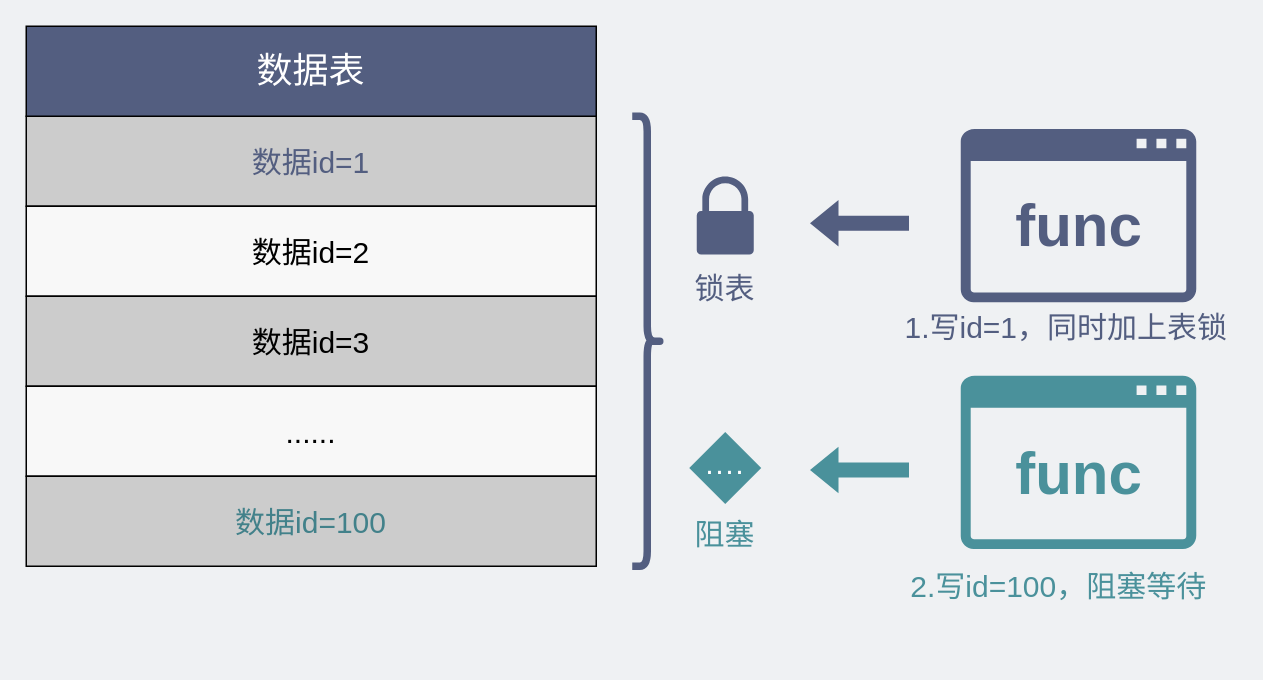
This is network/锁行.drawio from xiaobaiTech/image, a draw.io file, before an edit. Source tidied: cells renumbered, new cells numbered last; positions are measured from the earlier drawing's top-left corner, leaving out a move shared by most shapes. Both pictures are drawn from the tidied source at 150%, with x=0, y=0 at pixel (26, 26).
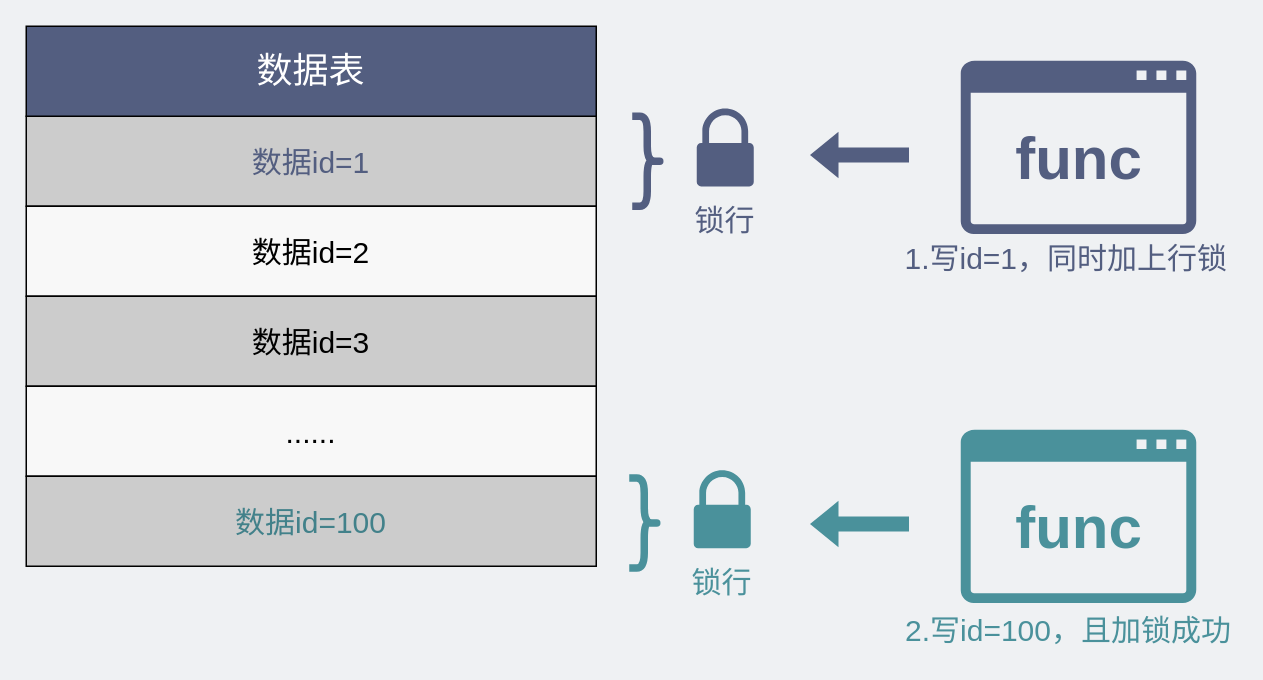
The same diagram, later.

Diff of the diagram source:
```diff
@@
     <mxCell id="8" style="sketch=0;shadow=0;dashed=0;html=1;strokeColor=none;fillColor=#535E80;labelPosition=center;verticalLabelPosition=bottom;verticalAlign=top;align=center;shape=mxgraph.office.concepts.application_generic;fontSize=20;" parent="1" vertex="1">
-      <mxGeometry x="623" y="68.5" width="157" height="115.5" as="geometry" />
+      <mxGeometry x="623" y="23" width="157" height="115.5" as="geometry" />
     </mxCell>
     <mxCell id="9" style="sketch=0;shadow=0;dashed=0;html=1;strokeColor=none;labelPosition=center;verticalLabelPosition=bottom;verticalAlign=top;align=center;shape=mxgraph.office.security.lock_protected;fillColor=#535E80;fontSize=20;" parent="1" vertex="1">
-      <mxGeometry x="447" y="100.2" width="38" height="52" as="geometry" />
+      <mxGeometry x="447" y="54.8" width="38" height="52" as="geometry" />
     </mxCell>
     <mxCell id="10" style="shape=curlyBracket;whiteSpace=wrap;html=1;rounded=1;flipH=1;fontSize=20;fillColor=#535E80;strokeWidth=5;fontColor=#535E80;strokeColor=#535E80;" parent="1" vertex="1">
-      <mxGeometry x="404" y="60" width="20" height="300" as="geometry" />
+      <mxGeometry x="404" y="60" width="20" height="60" as="geometry" />
     </mxCell>
     <mxCell id="11" style="shape=flexArrow;endArrow=classic;html=1;rounded=0;fontSize=20;strokeColor=none;fillColor=#535E80;" parent="1" edge="1">
       <mxGeometry relative="1" as="geometry">
-        <mxPoint x="589" y="131.4" as="sourcePoint" />
-        <mxPoint x="522" y="131.4" as="targetPoint" />
+        <mxPoint x="589" y="85.9" as="sourcePoint" />
+        <mxPoint x="522" y="85.9" as="targetPoint" />
       </mxGeometry>
     </mxCell>
     <mxCell id="12" value="&lt;font style=&quot;font-size: 40px&quot; color=&quot;#535e80&quot;&gt;&lt;b&gt;func&lt;/b&gt;&lt;/font&gt;" style="text;html=1;strokeColor=none;fillColor=none;align=center;verticalAlign=middle;whiteSpace=wrap;rounded=0;fontSize=20;" parent="1" vertex="1">
-      <mxGeometry x="672" y="117" width="60" height="30" as="geometry" />
+      <mxGeometry x="672" y="71.5" width="60" height="30" as="geometry" />
     </mxCell>
     <mxCell id="13" style="sketch=0;shadow=0;dashed=0;html=1;strokeColor=none;fillColor=#4A919B;labelPosition=center;verticalLabelPosition=bottom;verticalAlign=top;align=center;shape=mxgraph.office.concepts.application_generic;fontSize=20;" parent="1" vertex="1">
-      <mxGeometry x="623" y="233" width="157" height="115.5" as="geometry" />
+      <mxGeometry x="623" y="269" width="157" height="115.5" as="geometry" />
     </mxCell>
     <mxCell id="14" style="shape=flexArrow;endArrow=classic;html=1;rounded=0;fontSize=20;strokeColor=none;fillColor=#4A919B;" parent="1" edge="1">
       <mxGeometry relative="1" as="geometry">
-        <mxPoint x="589" y="295.9" as="sourcePoint" />
-        <mxPoint x="522" y="295.9" as="targetPoint" />
+        <mxPoint x="589" y="331.9" as="sourcePoint" />
+        <mxPoint x="522" y="331.9" as="targetPoint" />
       </mxGeometry>
     </mxCell>
     <mxCell id="15" value="&lt;font style=&quot;font-size: 40px&quot;&gt;&lt;b&gt;func&lt;/b&gt;&lt;/font&gt;" style="text;html=1;strokeColor=none;fillColor=none;align=center;verticalAlign=middle;whiteSpace=wrap;rounded=0;fontSize=20;fontColor=#4A919B;" parent="1" vertex="1">
-      <mxGeometry x="672" y="281.5" width="60" height="30" as="geometry" />
+      <mxGeometry x="672" y="317.5" width="60" height="30" as="geometry" />
     </mxCell>
-    <mxCell id="16" value="&lt;font style=&quot;font-size: 20px&quot;&gt;1.写id=1，同时加上表锁&lt;/font&gt;" style="text;html=1;strokeColor=none;fillColor=none;align=center;verticalAlign=middle;whiteSpace=wrap;rounded=0;fontSize=40;fontColor=#535E80;" parent="1" vertex="1">
-      <mxGeometry x="583" y="164" width="221" height="57" as="geometry" />
+    <mxCell id="16" value="&lt;font style=&quot;font-size: 20px&quot;&gt;1.写id=1，同时加上行锁&lt;/font&gt;" style="text;html=1;strokeColor=none;fillColor=none;align=center;verticalAlign=middle;whiteSpace=wrap;rounded=0;fontSize=40;fontColor=#535E80;" parent="1" vertex="1">
+      <mxGeometry x="583" y="118.5" width="221" height="57" as="geometry" />
     </mxCell>
-    <mxCell id="17" value="&lt;font style=&quot;font-size: 20px&quot;&gt;2.写id=100，阻塞等待&lt;/font&gt;" style="text;html=1;strokeColor=none;fillColor=none;align=center;verticalAlign=middle;whiteSpace=wrap;rounded=0;fontSize=40;fontColor=#4A919B;" parent="1" vertex="1">
-      <mxGeometry x="583" y="346" width="211" height="39" as="geometry" />
+    <mxCell id="17" value="&lt;font style=&quot;font-size: 20px&quot;&gt;2.写id=100，且加锁成功&lt;/font&gt;" style="text;html=1;strokeColor=none;fillColor=none;align=center;verticalAlign=middle;whiteSpace=wrap;rounded=0;fontSize=40;fontColor=#4A919B;" parent="1" vertex="1">
+      <mxGeometry x="583" y="373" width="224" height="43" as="geometry" />
     </mxCell>
-    <mxCell id="18" value="锁表" style="text;html=1;strokeColor=none;fillColor=none;align=center;verticalAlign=middle;whiteSpace=wrap;rounded=0;fontSize=20;fontColor=#535E80;" parent="1" vertex="1">
-      <mxGeometry x="436" y="159" width="60" height="30" as="geometry" />
+    <mxCell id="18" value="锁行" style="text;html=1;strokeColor=none;fillColor=none;align=center;verticalAlign=middle;whiteSpace=wrap;rounded=0;fontSize=20;fontColor=#535E80;" parent="1" vertex="1">
+      <mxGeometry x="436" y="113.5" width="60" height="30" as="geometry" />
     </mxCell>
-    <mxCell id="19" value="阻塞" style="text;html=1;strokeColor=none;fillColor=none;align=center;verticalAlign=middle;whiteSpace=wrap;rounded=0;fontSize=20;fontColor=#4A919B;" parent="1" vertex="1">
-      <mxGeometry x="436" y="323" width="60" height="30" as="geometry" />
-    </mxCell>
-    <mxCell id="20" value="····" style="rhombus;whiteSpace=wrap;html=1;fontSize=20;fontColor=#FFFFFF;strokeWidth=3;fillColor=#4A919B;strokeColor=none;" parent="1" vertex="1">
-      <mxGeometry x="442" y="270.5" width="48" height="48" as="geometry" />
-    </mxCell>
+    <mxCell id="21" style="sketch=0;shadow=0;dashed=0;html=1;strokeColor=none;labelPosition=center;verticalLabelPosition=bottom;verticalAlign=top;align=center;shape=mxgraph.office.security.lock_protected;fillColor=#4A919B;fontSize=20;" parent="1" vertex="1">
+      <mxGeometry x="445" y="296" width="38" height="52" as="geometry" />
+    </mxCell>
+    <mxCell id="22" style="shape=curlyBracket;whiteSpace=wrap;html=1;rounded=1;flipH=1;fontSize=20;fillColor=#4A919B;strokeWidth=5;fontColor=#535E80;strokeColor=#4A919B;" parent="1" vertex="1">
+      <mxGeometry x="402" y="301.2" width="20" height="60" as="geometry" />
+    </mxCell>
+    <mxCell id="23" value="锁行" style="text;html=1;strokeColor=none;fillColor=none;align=center;verticalAlign=middle;whiteSpace=wrap;rounded=0;fontSize=20;fontColor=#4A919B;" parent="1" vertex="1">
+      <mxGeometry x="434" y="354.8" width="60" height="30" as="geometry" />
+    </mxCell>
```
